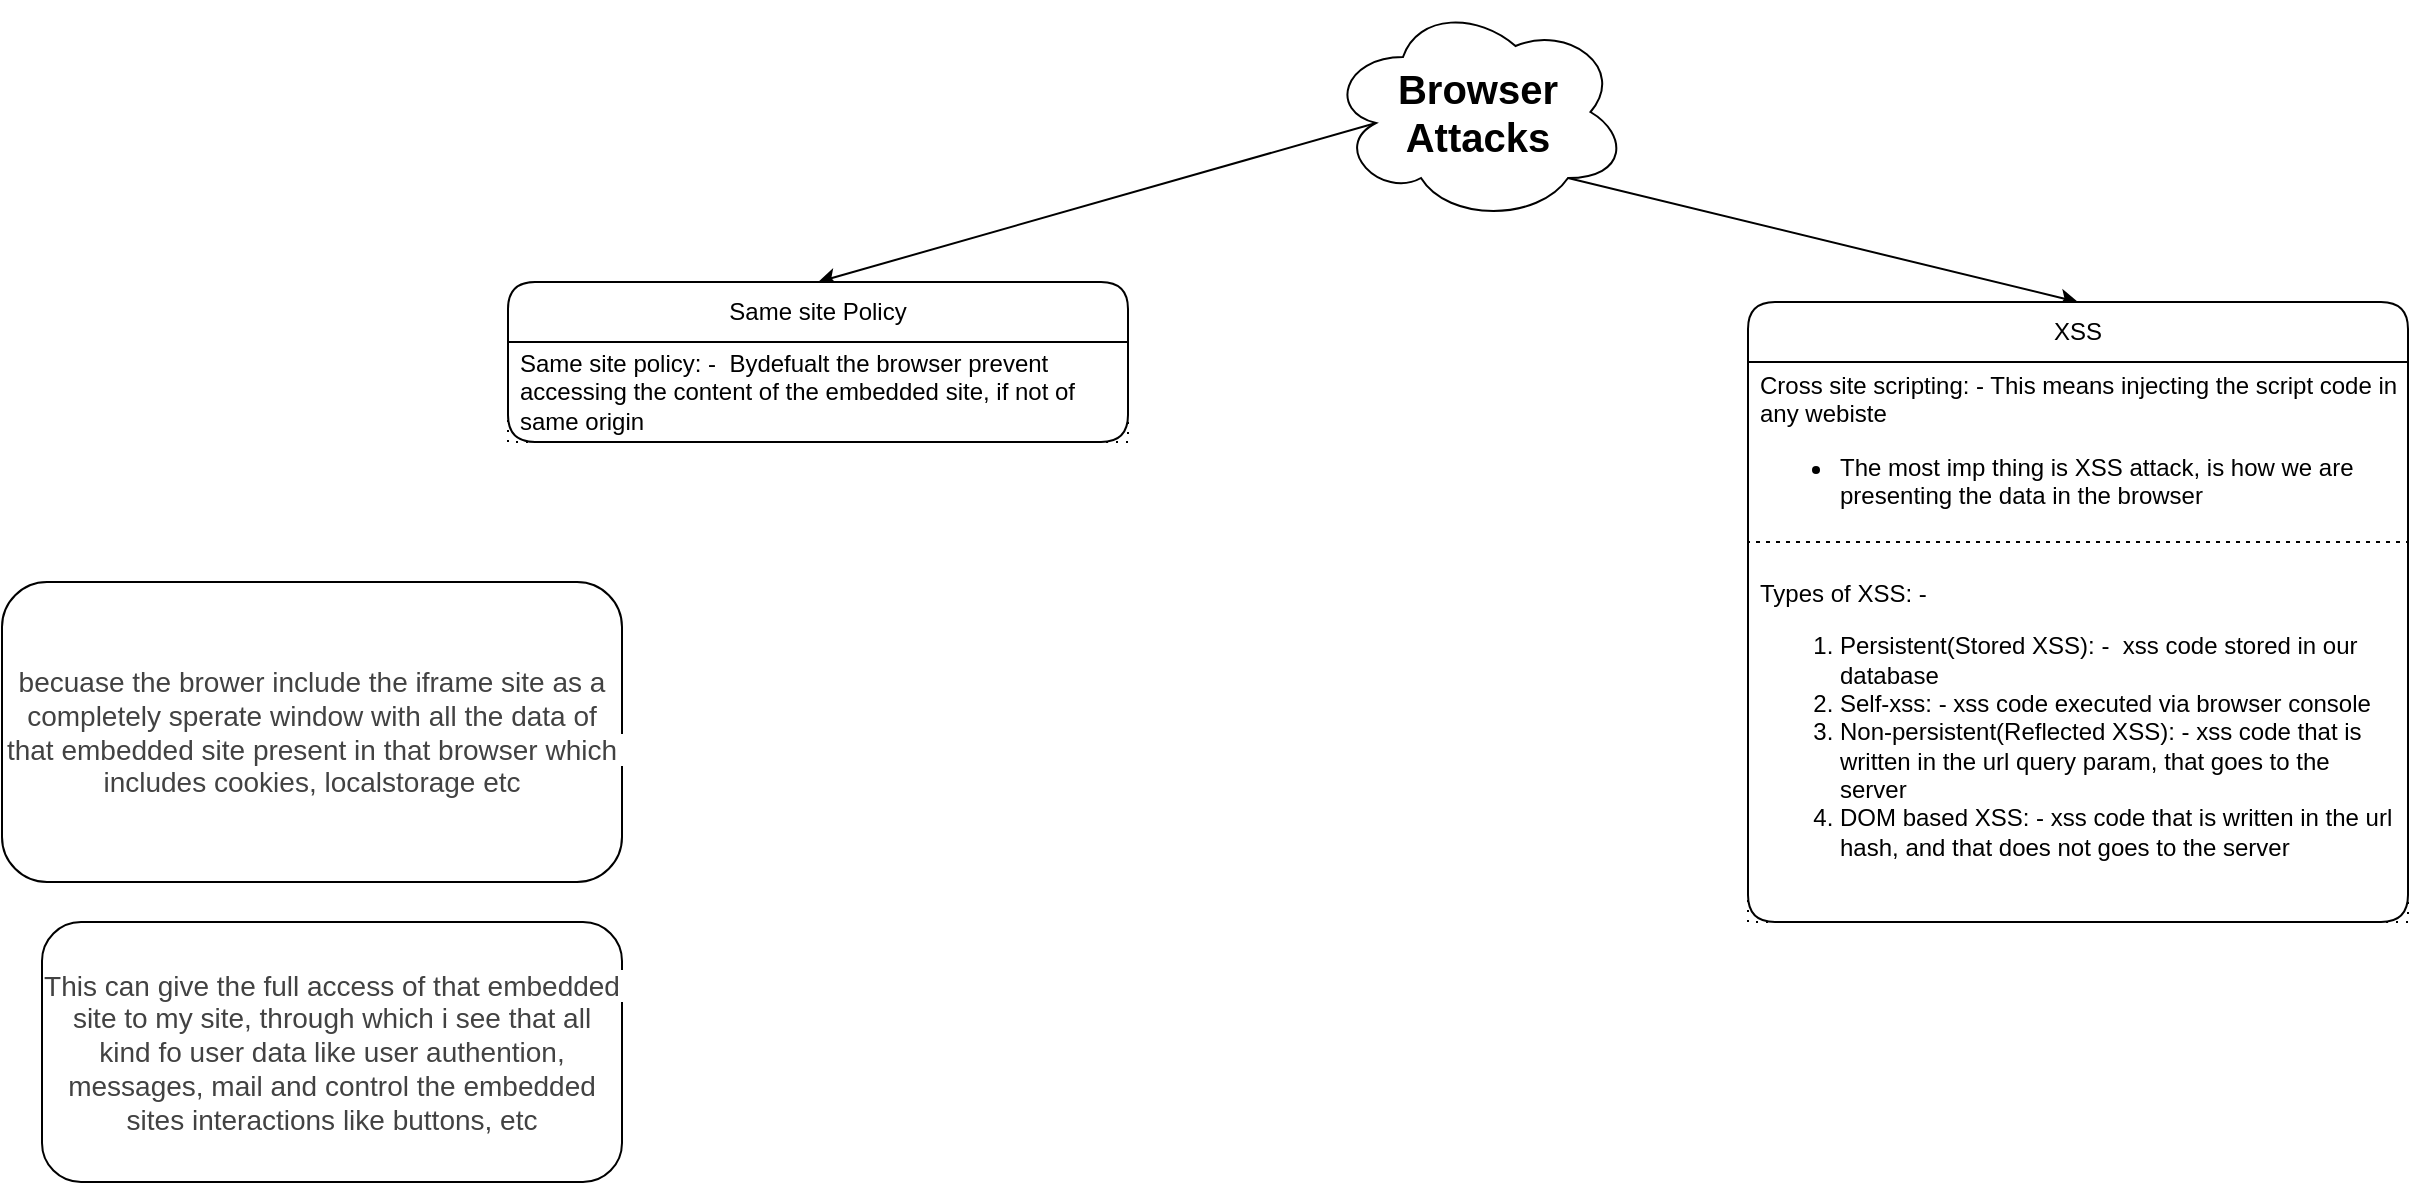
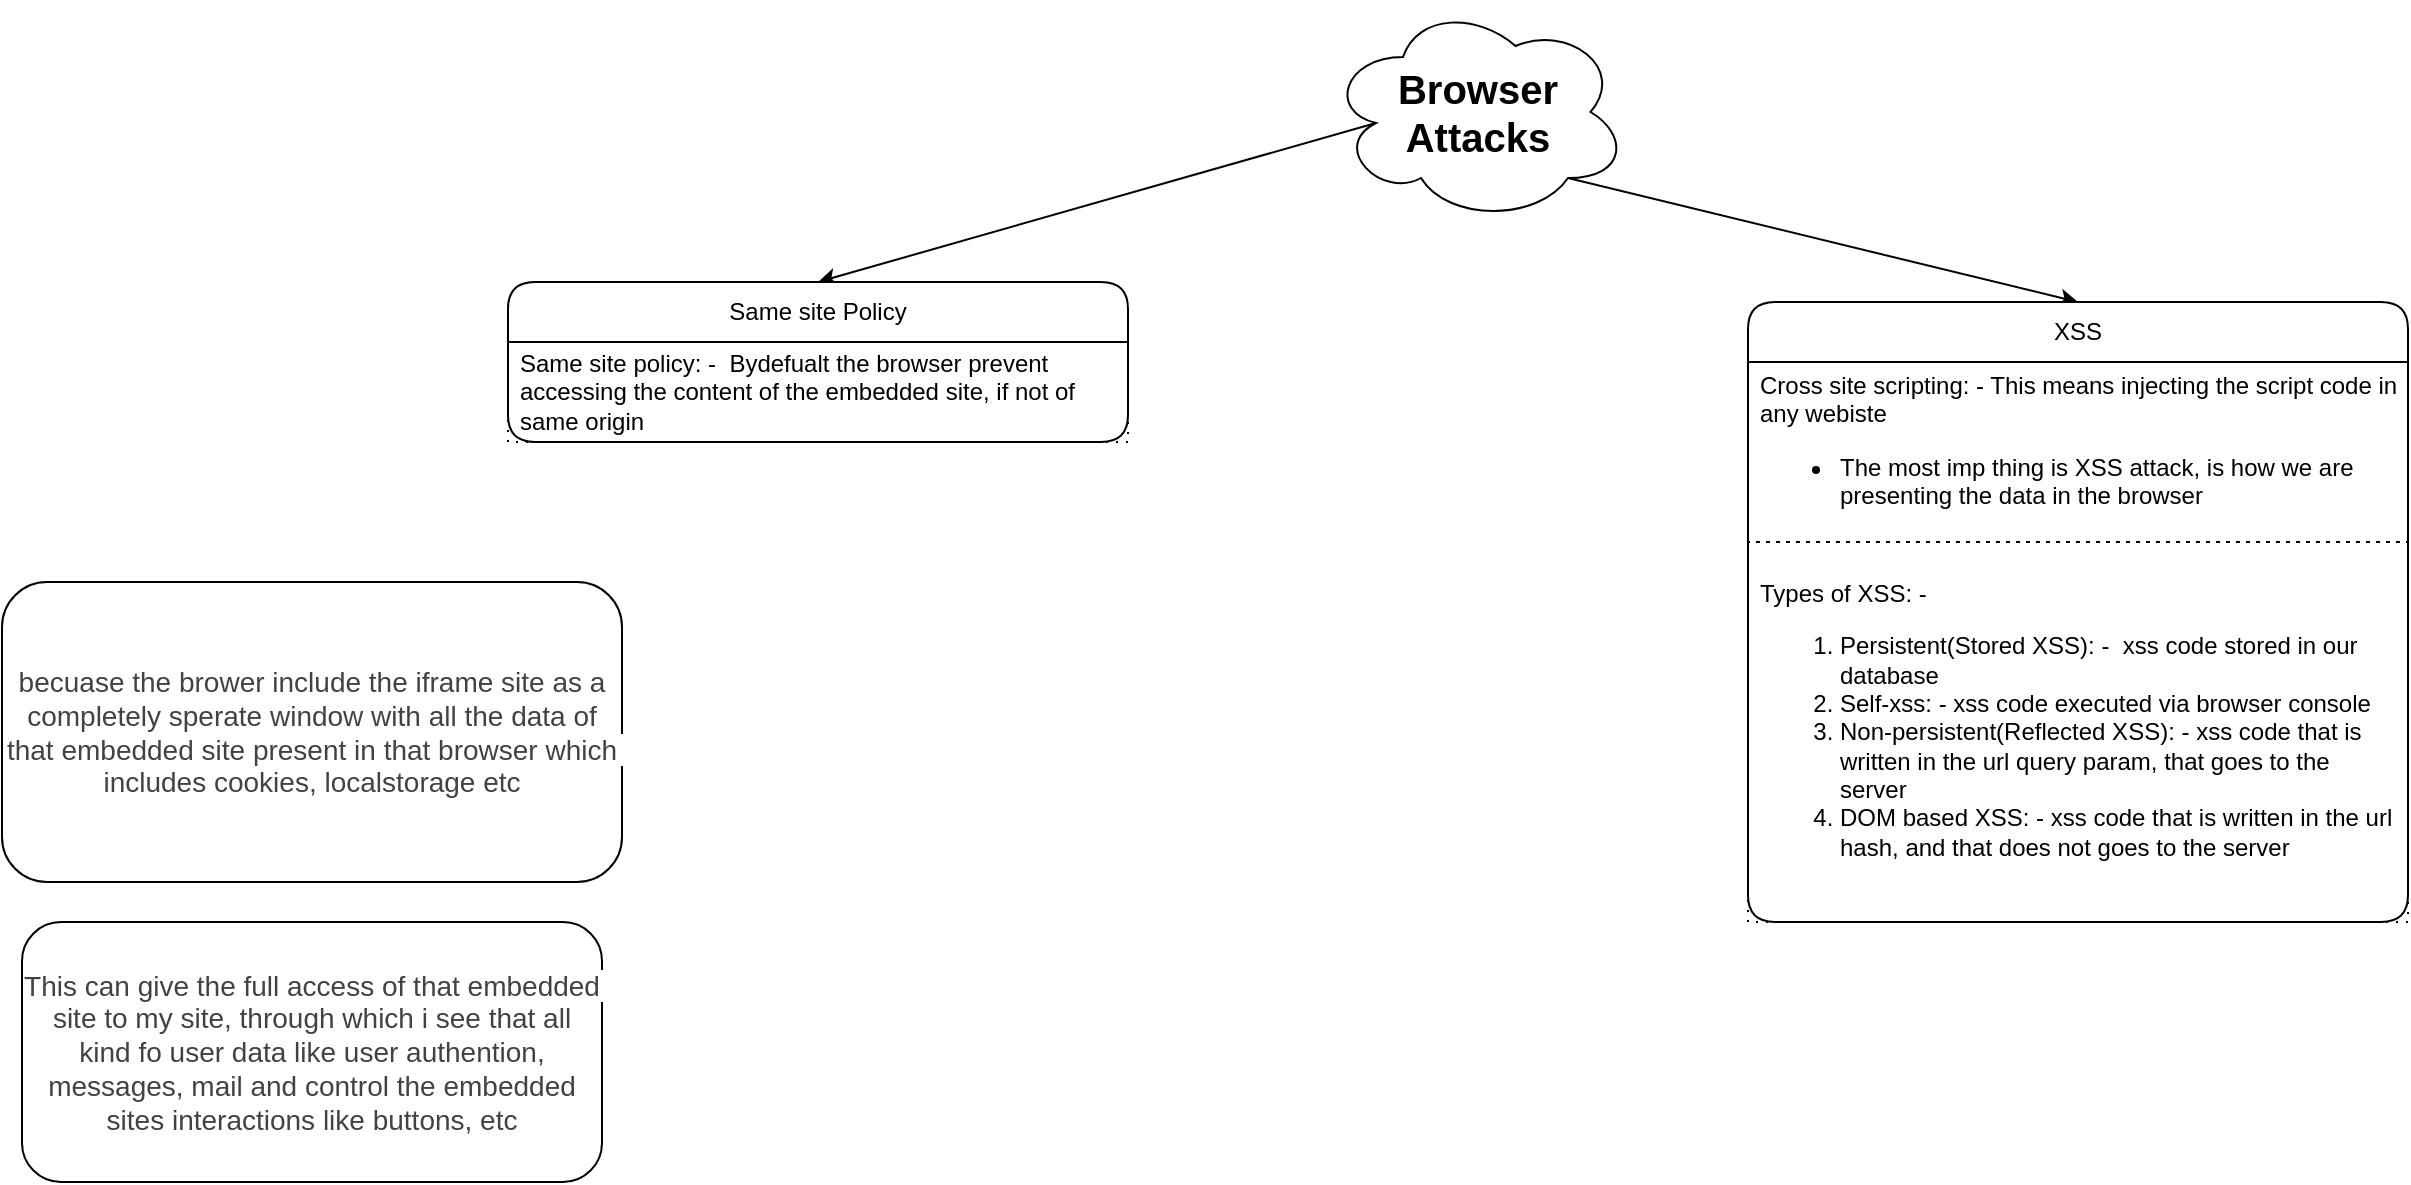
<mxfile host="65bd71144e">
    <diagram id="rGSJD5ddG8PQZyiLct0F" name="Page-1">
        <mxGraphModel dx="1462" dy="475" grid="1" gridSize="10" guides="1" tooltips="1" connect="1" arrows="1" fold="1" page="1" pageScale="1" pageWidth="827" pageHeight="1169" background="#ffffff" math="0" shadow="0">
            <root>
                <mxCell id="0"/>
                <mxCell id="1" parent="0"/>
                <mxCell id="7" style="edgeStyle=none;html=1;exitX=0.16;exitY=0.55;exitDx=0;exitDy=0;exitPerimeter=0;entryX=0.5;entryY=0;entryDx=0;entryDy=0;" parent="1" source="2" target="3" edge="1">
                    <mxGeometry relative="1" as="geometry"/>
                </mxCell>
                <mxCell id="10" style="edgeStyle=none;html=1;exitX=0.8;exitY=0.8;exitDx=0;exitDy=0;exitPerimeter=0;entryX=0.5;entryY=0;entryDx=0;entryDy=0;" parent="1" source="2" target="8" edge="1">
                    <mxGeometry relative="1" as="geometry"/>
                </mxCell>
                <mxCell id="2" value="&lt;b&gt;&lt;font style=&quot;font-size: 20px;&quot;&gt;Browser Attacks&lt;/font&gt;&lt;/b&gt;" style="ellipse;shape=cloud;whiteSpace=wrap;html=1;" parent="1" vertex="1">
                    <mxGeometry x="230" y="350" width="150" height="110" as="geometry"/>
                </mxCell>
                <mxCell id="3" value="Same site Policy" style="swimlane;fontStyle=0;childLayout=stackLayout;horizontal=1;startSize=30;horizontalStack=0;resizeParent=1;resizeParentMax=0;resizeLast=0;collapsible=1;marginBottom=0;whiteSpace=wrap;html=1;rounded=1;" parent="1" vertex="1">
                    <mxGeometry x="-180" y="490" width="310" height="80" as="geometry"/>
                </mxCell>
                <mxCell id="4" value="Same site policy: -&amp;nbsp; Bydefualt the browser prevent accessing the content of the embedded site, if not of same origin" style="text;strokeColor=default;fillColor=none;align=left;verticalAlign=middle;spacingLeft=4;spacingRight=4;overflow=hidden;points=[[0,0.5],[1,0.5]];portConstraint=eastwest;rotatable=0;whiteSpace=wrap;html=1;dashed=1;dashPattern=1 4;" parent="3" vertex="1">
                    <mxGeometry y="30" width="310" height="50" as="geometry"/>
                </mxCell>
                <mxCell id="8" value="XSS" style="swimlane;fontStyle=0;childLayout=stackLayout;horizontal=1;startSize=30;horizontalStack=0;resizeParent=1;resizeParentMax=0;resizeLast=0;collapsible=1;marginBottom=0;whiteSpace=wrap;html=1;rounded=1;" parent="1" vertex="1">
                    <mxGeometry x="440" y="500" width="330" height="310" as="geometry"/>
                </mxCell>
                <mxCell id="9" value="Cross site scripting: - This means injecting the script code in any webiste&lt;div&gt;&lt;ul&gt;&lt;li&gt;The most imp thing is XSS attack, is how we are presenting the data in the browser&lt;/li&gt;&lt;/ul&gt;&lt;/div&gt;" style="text;strokeColor=default;fillColor=none;align=left;verticalAlign=middle;spacingLeft=4;spacingRight=4;overflow=hidden;points=[[0,0.5],[1,0.5]];portConstraint=eastwest;rotatable=0;whiteSpace=wrap;html=1;dashed=1;dashPattern=1 4;" parent="8" vertex="1">
                    <mxGeometry y="30" width="330" height="90" as="geometry"/>
                </mxCell>
                <mxCell id="11" value="Types of XSS: -&lt;div&gt;&lt;ol&gt;&lt;li&gt;Persistent(Stored XSS): -&amp;nbsp; xss code stored in our database&lt;/li&gt;&lt;li&gt;Self-xss: - xss code executed via browser console&lt;/li&gt;&lt;li&gt;Non-persistent(Reflected XSS): - xss code that is written in the url query param, that goes to the server&lt;/li&gt;&lt;li&gt;DOM based XSS: - xss code that is written in the url hash, and that does not goes to the server&lt;/li&gt;&lt;/ol&gt;&lt;/div&gt;" style="text;strokeColor=default;fillColor=none;align=left;verticalAlign=middle;spacingLeft=4;spacingRight=4;overflow=hidden;points=[[0,0.5],[1,0.5]];portConstraint=eastwest;rotatable=0;whiteSpace=wrap;html=1;dashed=1;dashPattern=1 4;" parent="8" vertex="1">
                    <mxGeometry y="120" width="330" height="190" as="geometry"/>
                </mxCell>
                <mxCell id="14" value="&lt;span style=&quot;color: rgb(66, 66, 66); font-family: Poppins, &amp;quot;Noto Color Emoji&amp;quot;, sans-serif; font-size: 14px; text-align: start; white-space: pre-wrap; background-color: rgb(255, 255, 255);&quot;&gt;becuase the brower include the iframe site as a completely sperate window with all the data of that embedded site present in that browser which includes cookies, localstorage etc&lt;/span&gt;" style="rounded=1;whiteSpace=wrap;html=1;" vertex="1" parent="1">
                    <mxGeometry x="-433" y="640" width="310" height="150" as="geometry"/>
                </mxCell>
                <mxCell id="15" value="&lt;span style=&quot;color: rgb(66, 66, 66); font-family: Poppins, &amp;quot;Noto Color Emoji&amp;quot;, sans-serif; font-size: 14px; text-align: start; white-space: pre-wrap; background-color: rgb(255, 255, 255);&quot;&gt;This can give the full access of that embedded site to my site, through which i see that all kind fo user data like user authention, messages, mail and control the embedded sites interactions like buttons, etc&lt;/span&gt;" style="rounded=1;whiteSpace=wrap;html=1;" vertex="1" parent="1">
-                     <mxGeometry x="-413" y="810" width="290" height="130" as="geometry"/>
+                     <mxGeometry x="-423" y="810" width="290" height="130" as="geometry"/>
                </mxCell>
            </root>
        </mxGraphModel>
    </diagram>
</mxfile>